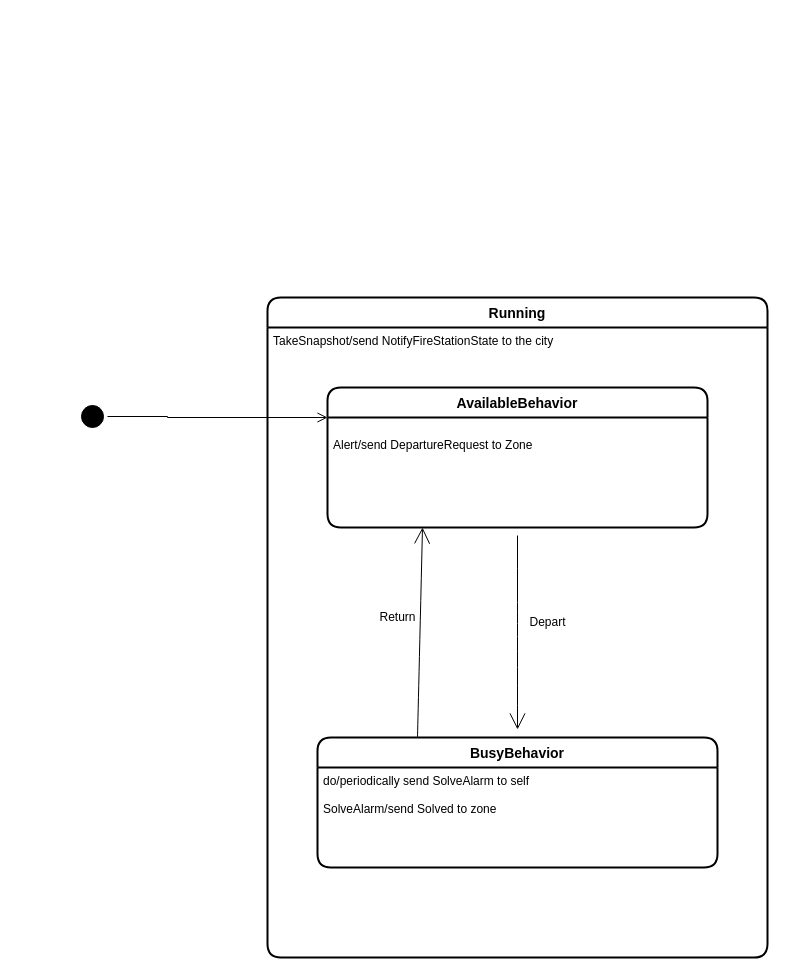
Before: doc/resources/diagrams/FireStationActorStateDiagram.drawio in jahrim/pcd-assignment-03, a draw.io diagram. Source tidied: cells renumbered, new cells numbered last; positions are measured from the earlier drawing's top-left corner, leaving out a move shared by most shapes. Both pictures are drawn from the tidied source at 100%, with x=0, y=0 at pixel (77, 297).
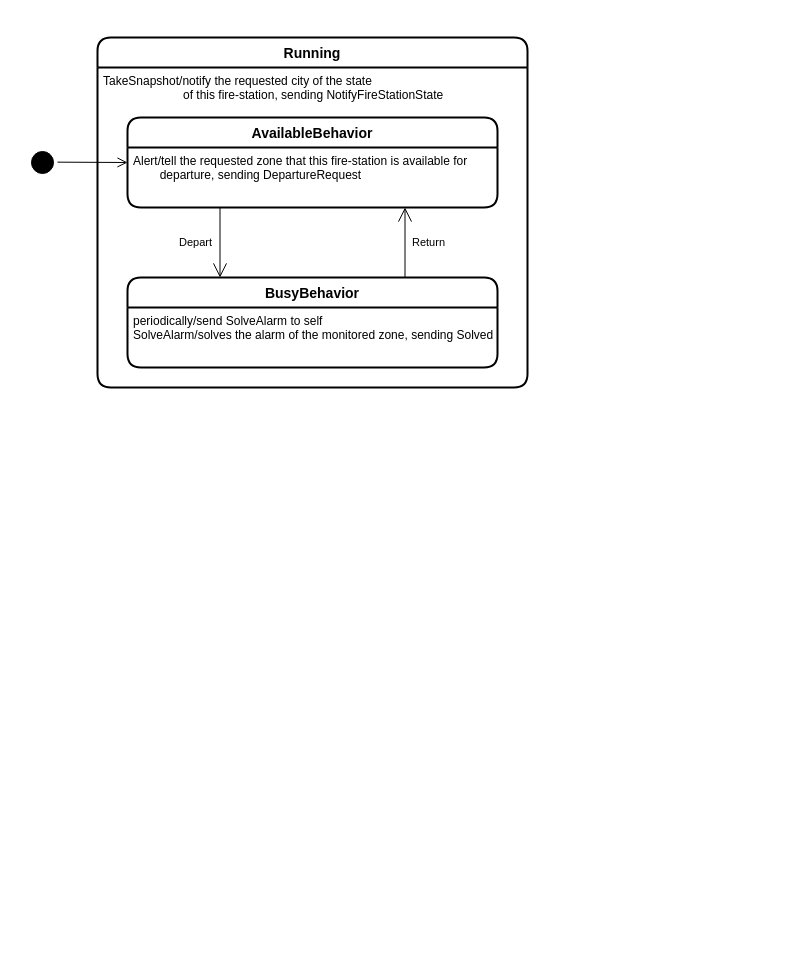
The same diagram, later.

What changed in the source:
```diff
@@
 <mxGraphModel>
   <root>
     <mxCell id="0" />
     <mxCell id="1" parent="0" />
+    <mxCell id="14" style="rounded=0;whiteSpace=wrap;html=1;strokeColor=none;" parent="1" vertex="1">
+      <mxGeometry x="-60" y="-280" width="530" height="390" as="geometry" />
+    </mxCell>
     <mxCell id="2" value="Running" style="swimlane;horizontal=1;startSize=30;rounded=1;fontSize=14;fontStyle=1;strokeWidth=2;shadow=0;dashed=0;align=center;" parent="1" vertex="1">
-      <mxGeometry x="190" width="500" height="660" as="geometry" />
+      <mxGeometry x="20" y="-260" width="430" height="350" as="geometry" />
     </mxCell>
-    <mxCell id="3" value="TakeSnapshot/send NotifyFireStationState to the city" style="align=left;strokeColor=none;fillColor=none;spacingLeft=4;fontSize=12;verticalAlign=top;" parent="2" vertex="1">
-      <mxGeometry y="30" width="500" height="630" as="geometry" />
+    <mxCell id="3" value="TakeSnapshot/notify the requested city of the state&#10;                        of this fire-station, sending NotifyFireStationState" style="align=left;strokeColor=none;fillColor=none;spacingLeft=4;fontSize=12;verticalAlign=top;" parent="2" vertex="1">
+      <mxGeometry y="30" width="430" height="320" as="geometry" />
     </mxCell>
     <mxCell id="4" value="AvailableBehavior" style="swimlane;horizontal=1;startSize=30;rounded=1;fontSize=14;fontStyle=1;strokeWidth=2;shadow=0;dashed=0;align=center;" parent="1" vertex="1">
-      <mxGeometry x="250" y="90" width="380" height="140" as="geometry" />
+      <mxGeometry x="50" y="-180" width="370" height="90" as="geometry" />
     </mxCell>
-    <mxCell id="5" value="&#10;Alert/send DepartureRequest to Zone" style="align=left;strokeColor=none;fillColor=none;spacingLeft=4;fontSize=12;verticalAlign=top;" parent="4" vertex="1">
-      <mxGeometry y="30" width="380" height="110" as="geometry" />
+    <mxCell id="5" value="Alert/tell the requested zone that this fire-station is available for &#10;        departure, sending DepartureRequest" style="align=left;strokeColor=none;fillColor=none;spacingLeft=4;fontSize=12;verticalAlign=top;" parent="4" vertex="1">
+      <mxGeometry y="30" width="370" height="60" as="geometry" />
     </mxCell>
     <mxCell id="6" style="ellipse;html=1;shape=startState;fillColor=#000000;strokeColor=#000000;" parent="1" vertex="1">
-      <mxGeometry y="104" width="30" height="30" as="geometry" />
+      <mxGeometry x="-50" y="-150" width="30" height="30" as="geometry" />
     </mxCell>
-    <mxCell id="7" style="edgeStyle=orthogonalEdgeStyle;html=1;verticalAlign=bottom;endArrow=open;endSize=8;strokeColor=#000000;rounded=0;" parent="1" edge="1" source="6" target="5">
-      <mxGeometry relative="1" as="geometry">
-        <Array as="points">
-          <mxPoint x="90" y="119" />
-          <mxPoint x="90" y="120" />
-        </Array>
-      </mxGeometry>
+    <mxCell id="7" style="html=1;verticalAlign=bottom;endArrow=open;endSize=8;strokeColor=#000000;rounded=0;entryX=0;entryY=0.25;entryDx=0;entryDy=0;" parent="1" edge="1" source="6" target="5">
+      <mxGeometry relative="1" as="geometry" />
     </mxCell>
     <mxCell id="8" value="BusyBehavior" style="swimlane;horizontal=1;startSize=30;rounded=1;fontSize=14;fontStyle=1;strokeWidth=2;shadow=0;dashed=0;align=center;" parent="1" vertex="1">
-      <mxGeometry x="240" y="440" width="400" height="130" as="geometry" />
+      <mxGeometry x="50" y="-20" width="370" height="90" as="geometry" />
     </mxCell>
-    <mxCell id="9" value="do/periodically send SolveAlarm to self&#10;&#10;SolveAlarm/send Solved to zone&#10;&#10;&#10; " style="align=left;strokeColor=none;fillColor=none;spacingLeft=4;fontSize=12;verticalAlign=top;" parent="8" vertex="1">
-      <mxGeometry y="30" width="400" height="100" as="geometry" />
+    <mxCell id="9" value="periodically/send SolveAlarm to self&#10;SolveAlarm/solves the alarm of the monitored zone, sending Solved&#10;&#10;&#10; " style="align=left;strokeColor=none;fillColor=none;spacingLeft=4;fontSize=12;verticalAlign=top;" parent="8" vertex="1">
+      <mxGeometry y="30" width="370" height="60" as="geometry" />
     </mxCell>
+    <mxCell id="13" style="endArrow=open;endFill=1;endSize=12;html=1;rounded=0;exitX=0.25;exitY=1;exitDx=0;exitDy=0;entryX=0.25;entryY=0;entryDx=0;entryDy=0;" parent="1" edge="1" source="5" target="8">
+      <mxGeometry relative="1" as="geometry" />
+    </mxCell>
-    <mxCell id="10" value="Depart" style="text;html=1;align=center;verticalAlign=middle;strokeColor=none;fillColor=none;" parent="1" vertex="1">
-      <mxGeometry x="440" y="310" width="60" height="30" as="geometry" />
+    <mxCell id="10" value="Depart" style="edgeLabel;html=1;align=center;verticalAlign=middle;" parent="13" vertex="1">
+      <mxGeometry x="-0.16" y="-2" relative="1" as="geometry">
+        <mxPoint x="-23" y="5" as="offset" />
+      </mxGeometry>
     </mxCell>
-    <mxCell id="11" style="edgeStyle=none;jettySize=auto;html=1;rounded=0;endArrow=open;startSize=14;endSize=14;sourcePerimeterSpacing=8;targetPerimeterSpacing=8;curved=1;exitX=0.25;exitY=0;exitDx=0;exitDy=0;entryX=0.25;entryY=1;entryDx=0;entryDy=0;" parent="1" edge="1" source="8" target="5">
+    <mxCell id="11" style="endArrow=open;endFill=1;endSize=12;html=1;rounded=0;exitX=0.75;exitY=0;exitDx=0;exitDy=0;entryX=0.75;entryY=1;entryDx=0;entryDy=0;" parent="1" edge="1" source="8" target="5">
       <mxGeometry relative="1" as="geometry" />
     </mxCell>
-    <mxCell id="12" value="Return" style="text;html=1;align=center;verticalAlign=middle;strokeColor=none;fillColor=none;hachureGap=4;" parent="1" vertex="1">
-      <mxGeometry x="290" y="305" width="60" height="30" as="geometry" />
+    <mxCell id="12" value="Return" style="edgeLabel;html=1;align=center;verticalAlign=middle;" parent="11" vertex="1">
+      <mxGeometry x="0.05" y="-1" relative="1" as="geometry">
+        <mxPoint x="22" y="1" as="offset" />
+      </mxGeometry>
     </mxCell>
-    <mxCell id="13" style="edgeStyle=none;jettySize=auto;html=1;rounded=0;endArrow=open;startSize=14;endSize=14;sourcePerimeterSpacing=8;targetPerimeterSpacing=8;curved=1;" parent="1" edge="1" source="5" target="8">
-      <mxGeometry relative="1" as="geometry">
-        <Array as="points">
-          <mxPoint x="440" y="270" />
-          <mxPoint x="440" y="340" />
-        </Array>
-      </mxGeometry>
-    </mxCell>
   </root>
 </mxGraphModel>
```
